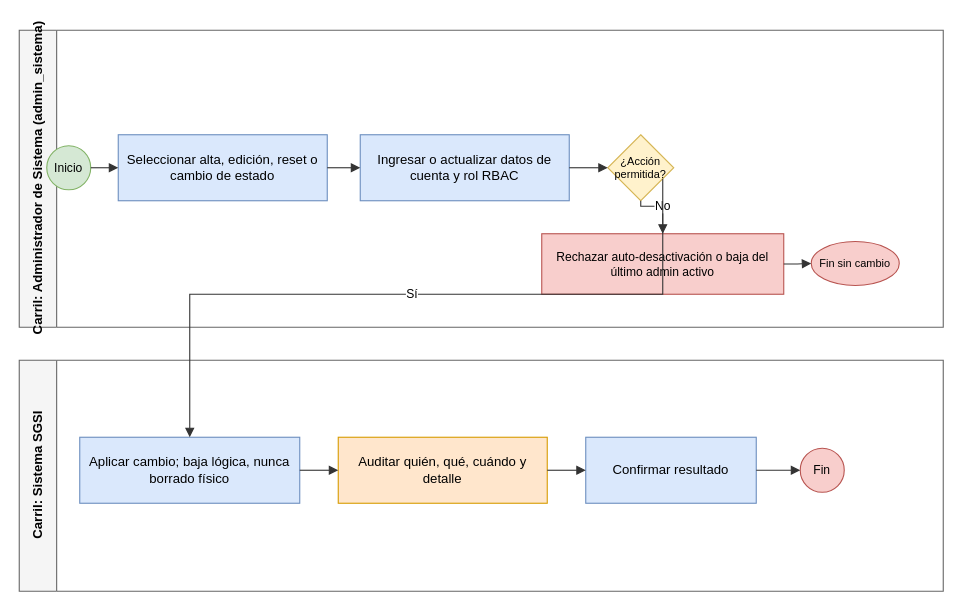
Earlier version of the draw.io diagram Documentacion/Entregas/U2-Desarrollo_e_Implementacion/03_bpmn/03d_proceso_usuarios.drawio (pbahamondez-inacap/proyectotitulo-inacap-Pbahamondez). Source tidied: cells renumbered, new cells numbered last; positions are measured from the earlier drawing's top-left corner, leaving out a move shared by most shapes. Both pictures are drawn from the tidied source at 110%, with x=0, y=0 at pixel (19, 30).
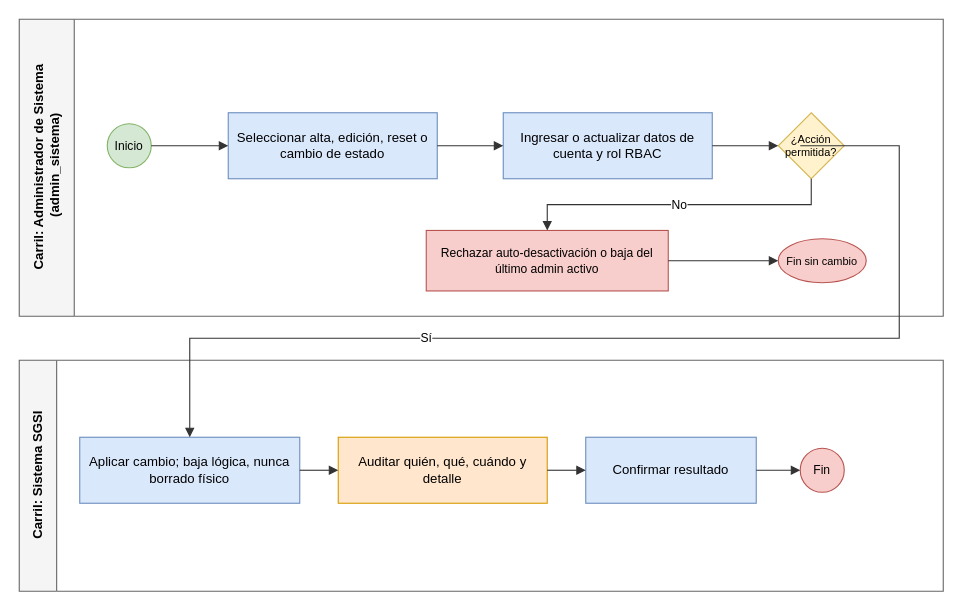
Above is the later version.

Unchanged cells that the change refers to:
```xml
<mxCell id="10" value="Aplicar cambio; baja lógica, nunca borrado físico" style="rounded=0;whiteSpace=wrap;html=1;fillColor=#dae8fc;strokeColor=#6c8ebf;fontSize=12;" parent="9" vertex="1">
  <mxGeometry x="55" y="70" width="200" height="60" as="geometry" />
</mxCell>
```

Change to the diagram source:
```diff
@@
-    <mxCell id="2" value="Carril: Administrador de Sistema (admin_sistema)" style="swimlane;html=1;startSize=34;horizontal=0;fontStyle=1;fillColor=#f5f5f5;strokeColor=#666666;swimlaneFillColor=#ffffff;" parent="1" vertex="1">
-      <mxGeometry width="840" height="270" as="geometry" />
+    <mxCell id="2" value="Carril: Administrador de Sistema&lt;div&gt;&amp;nbsp;(admin_sistema)&lt;/div&gt;" style="swimlane;html=1;startSize=50;horizontal=0;fontStyle=1;fillColor=#f5f5f5;strokeColor=#666666;swimlaneFillColor=#ffffff;" parent="1" vertex="1">
+      <mxGeometry y="-10" width="840" height="270" as="geometry" />
     </mxCell>
     <mxCell id="3" value="Inicio" style="ellipse;whiteSpace=wrap;html=1;fillColor=#d5e8d4;strokeColor=#82b366;fontSize=11;" parent="2" vertex="1">
-      <mxGeometry x="25" y="105" width="40" height="40" as="geometry" />
+      <mxGeometry x="80" y="95" width="40" height="40" as="geometry" />
     </mxCell>
     <mxCell id="4" value="Seleccionar alta, edición, reset o cambio de estado" style="rounded=0;whiteSpace=wrap;html=1;fillColor=#dae8fc;strokeColor=#6c8ebf;fontSize=12;" parent="2" vertex="1">
-      <mxGeometry x="90" y="95" width="190" height="60" as="geometry" />
+      <mxGeometry x="190" y="85" width="190" height="60" as="geometry" />
     </mxCell>
     <mxCell id="5" value="Ingresar o actualizar datos de cuenta y rol RBAC" style="rounded=0;whiteSpace=wrap;html=1;fillColor=#dae8fc;strokeColor=#6c8ebf;fontSize=12;" parent="2" vertex="1">
-      <mxGeometry x="310" y="95" width="190" height="60" as="geometry" />
+      <mxGeometry x="440" y="85" width="190" height="60" as="geometry" />
     </mxCell>
     <mxCell id="6" value="¿Acción permitida?" style="rhombus;whiteSpace=wrap;html=1;fillColor=#fff2cc;strokeColor=#d6b656;fontSize=10;" parent="2" vertex="1">
-      <mxGeometry x="535" y="95" width="60" height="60" as="geometry" />
+      <mxGeometry x="690" y="85" width="60" height="60" as="geometry" />
     </mxCell>
     <mxCell id="7" value="Rechazar auto-desactivación o baja del último admin activo" style="rounded=0;whiteSpace=wrap;html=1;fillColor=#f8cecc;strokeColor=#b85450;fontSize=11;" parent="2" vertex="1">
-      <mxGeometry x="475" y="185" width="220" height="55" as="geometry" />
+      <mxGeometry x="370" y="192" width="220" height="55" as="geometry" />
     </mxCell>
     <mxCell id="8" value="Fin sin cambio" style="ellipse;whiteSpace=wrap;html=1;fillColor=#f8cecc;strokeColor=#b85450;fontSize=10;" parent="2" vertex="1">
-      <mxGeometry x="720" y="192" width="80" height="40" as="geometry" />
+      <mxGeometry x="690" y="199.5" width="80" height="40" as="geometry" />
     </mxCell>
@@
-    <mxCell id="17" value="No" style="edgeStyle=orthogonalEdgeStyle;rounded=0;html=1;endArrow=block;strokeColor=#333333;" parent="1" edge="1" source="6" target="7">
-      <mxGeometry relative="1" as="geometry">
-        <Array as="points">
-          <mxPoint x="565" y="160" />
-        </Array>
-      </mxGeometry>
+    <mxCell id="17" value="No" style="edgeStyle=orthogonalEdgeStyle;rounded=0;html=1;endArrow=block;strokeColor=#333333;exitX=0.5;exitY=1;exitDx=0;exitDy=0;" parent="1" edge="1" source="6" target="7">
+      <mxGeometry relative="1" as="geometry" />
     </mxCell>
@@
-    <mxCell id="19" value="Sí" style="edgeStyle=orthogonalEdgeStyle;rounded=0;html=1;endArrow=block;strokeColor=#333333;" parent="1" edge="1" source="6" target="10">
-      <mxGeometry relative="1" as="geometry">
+    <mxCell id="19" value="Sí" style="edgeStyle=orthogonalEdgeStyle;rounded=0;html=1;endArrow=block;strokeColor=#333333;" parent="1" edge="1" target="10">
+      <mxGeometry x="0.39" relative="1" as="geometry">
+        <mxPoint x="710" y="105" as="sourcePoint" />
         <Array as="points">
-          <mxPoint x="585" y="240" />
-          <mxPoint x="155" y="240" />
+          <mxPoint x="800" y="105" />
+          <mxPoint x="800" y="280" />
+          <mxPoint x="155" y="280" />
         </Array>
       </mxGeometry>
     </mxCell>
```
